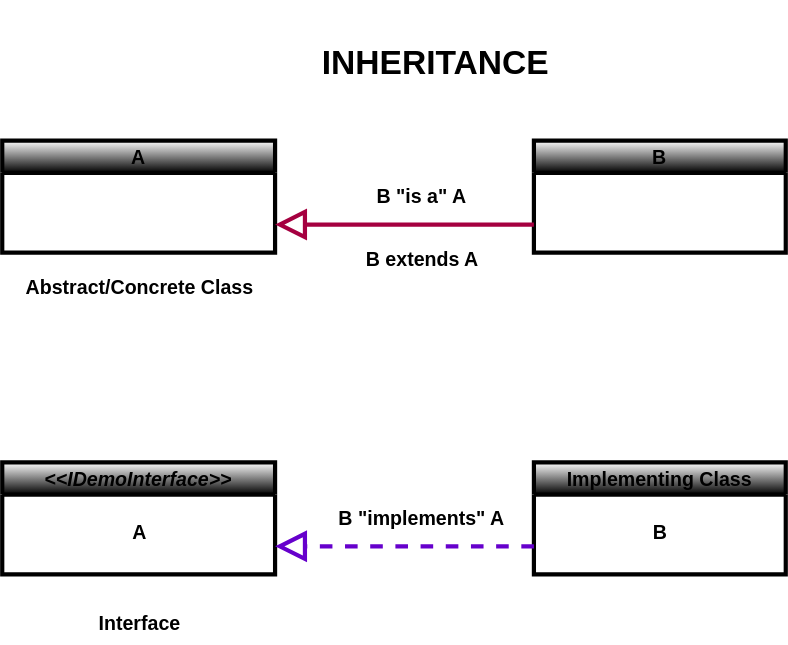
This is P0_UML_Diagrams/ClassRelationships_Inheritance.svg from surajit1312/Low_Level_System_Design, a draw.io export, as it was before one commit. Source tidied: cells renumbered, new cells last; positions are measured from the earlier drawing's top-left corner, leaving out a move shared by most shapes.
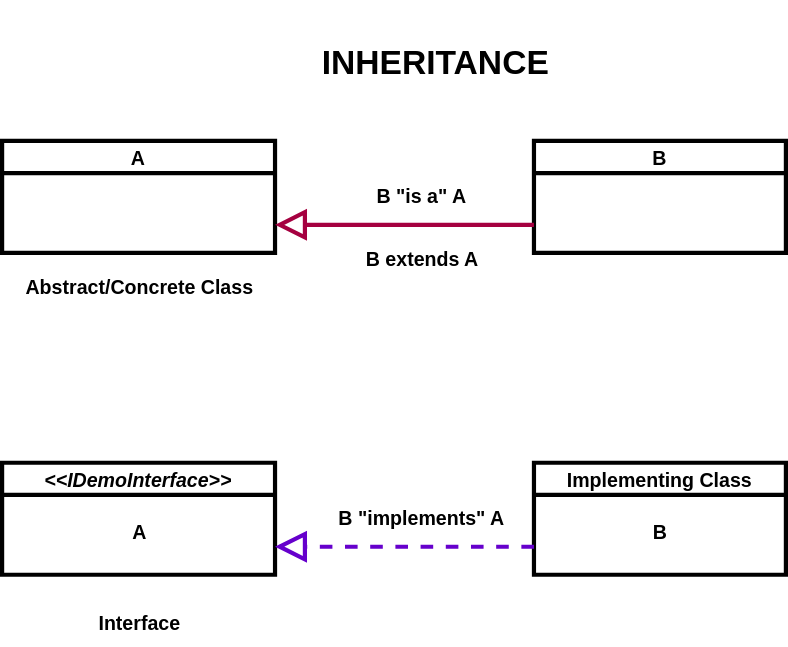
After the change.

Commit message:
feat[LLD][DesignPatterns][UML]: UML diagrams

Diff of the diagram source:
```diff
@@ -2,10 +2,10 @@
   <root>
     <mxCell id="0" />
     <mxCell id="1" parent="0" />
-    <mxCell id="2" value="A" style="swimlane;fontStyle=1;startSize=23;fontSize=14;fillColor=#FFFFFF;gradientColor=default;fontColor=#000000;labelBorderColor=none;strokeColor=#000000;strokeWidth=3;" parent="1" vertex="1">
+    <mxCell id="2" value="A" style="swimlane;fontStyle=1;startSize=23;fontSize=14;fillColor=#FFFFFF;gradientColor=none;fontColor=#000000;labelBorderColor=none;strokeColor=#000000;strokeWidth=3;" parent="1" vertex="1">
       <mxGeometry y="100" width="195" height="80" as="geometry" />
     </mxCell>
-    <mxCell id="3" value="B" style="swimlane;fontStyle=1;fontSize=14;fillColor=#FFFFFF;gradientColor=default;fontColor=#000000;labelBorderColor=none;strokeColor=#000000;strokeWidth=3;" parent="1" vertex="1">
+    <mxCell id="3" value="B" style="swimlane;fontStyle=1;fontSize=14;fillColor=#FFFFFF;gradientColor=none;fontColor=#000000;labelBorderColor=none;strokeColor=#000000;strokeWidth=3;" parent="1" vertex="1">
       <mxGeometry x="380" y="100" width="180" height="80" as="geometry" />
     </mxCell>
     <mxCell id="4" value="&lt;b&gt;B &quot;is a&quot; A&lt;/b&gt;" style="text;html=1;strokeColor=none;fillColor=none;align=center;verticalAlign=middle;whiteSpace=wrap;rounded=0;fontSize=14;fontColor=#000000;" parent="1" vertex="1">
@@ -20,13 +20,13 @@
     <mxCell id="7" value="&lt;b&gt;&lt;font style=&quot;font-size: 14px;&quot;&gt;B extends A&lt;/font&gt;&lt;/b&gt;" style="text;html=1;align=center;verticalAlign=middle;strokeColor=none;fillColor=none;fontColor=#000000;" parent="1" vertex="1">
       <mxGeometry x="250" y="170" width="100" height="30" as="geometry" />
     </mxCell>
-    <mxCell id="8" value="&lt;&lt;IDemoInterface&gt;&gt;" style="swimlane;fontStyle=3;startSize=23;fontSize=14;fillColor=#FFFFFF;gradientColor=default;fontColor=#000000;labelBorderColor=none;strokeColor=#000000;strokeWidth=3;" parent="1" vertex="1">
+    <mxCell id="8" value="&lt;&lt;IDemoInterface&gt;&gt;" style="swimlane;fontStyle=3;startSize=23;fontSize=14;fillColor=#FFFFFF;gradientColor=none;fontColor=#000000;labelBorderColor=none;strokeColor=#000000;strokeWidth=3;" parent="1" vertex="1">
       <mxGeometry y="330" width="195" height="80" as="geometry" />
     </mxCell>
     <mxCell id="9" value="&lt;b&gt;&lt;font style=&quot;font-size: 14px;&quot;&gt;A&lt;/font&gt;&lt;/b&gt;" style="text;html=1;align=center;verticalAlign=middle;strokeColor=#FFFFFF;fillColor=#FFFFFF;gradientColor=none;fontColor=#000000;labelBorderColor=none;strokeWidth=3;labelBackgroundColor=none;gradientDirection=north;" parent="8" vertex="1">
       <mxGeometry x="82.5" y="35" width="30" height="30" as="geometry" />
     </mxCell>
-    <mxCell id="10" value="Implementing Class" style="swimlane;fontStyle=1;fontSize=14;fillColor=#FFFFFF;gradientColor=default;fontColor=#000000;labelBorderColor=none;strokeColor=#000000;strokeWidth=3;" parent="1" vertex="1">
+    <mxCell id="10" value="Implementing Class" style="swimlane;fontStyle=1;fontSize=14;fillColor=#FFFFFF;gradientColor=none;fontColor=#000000;labelBorderColor=none;strokeColor=#000000;strokeWidth=3;" parent="1" vertex="1">
       <mxGeometry x="380" y="330" width="180" height="80" as="geometry" />
     </mxCell>
     <mxCell id="11" value="&lt;b&gt;&lt;font style=&quot;font-size: 14px;&quot;&gt;B&lt;/font&gt;&lt;/b&gt;" style="text;html=1;align=center;verticalAlign=middle;strokeColor=none;fillColor=none;fontColor=#000000;" parent="10" vertex="1">
```
